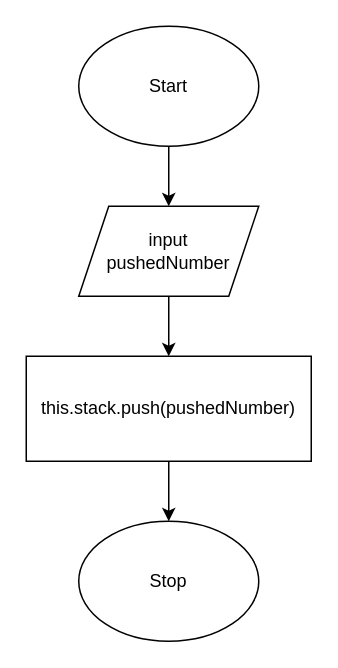
The draw.io diagram flawchart.drawio in Seti-Ngabo/ics4u-unit2-01-typescript, before the edit. Source tidied: cells renumbered, new cells numbered last; positions are measured from the earlier drawing's top-left corner, leaving out a move shared by most shapes. Both pictures are drawn from the tidied source at 150%, with x=0, y=0 at pixel (26, 26).
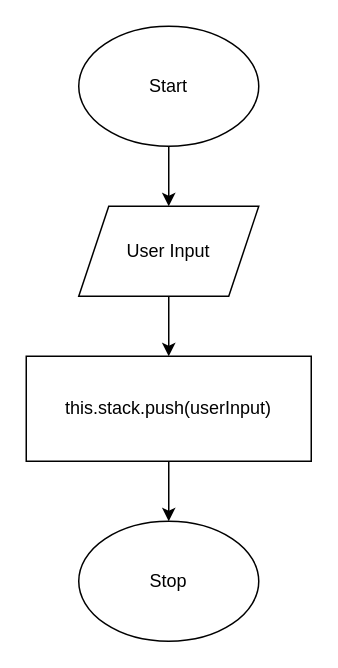
After the change.

What changed in the source:
```diff
@@
 <mxGraphModel>
   <root>
     <mxCell id="0" />
     <mxCell id="1" parent="0" />
     <mxCell id="2" style="edgeStyle=none;html=1;exitX=0.5;exitY=1;exitDx=0;exitDy=0;entryX=0.5;entryY=0;entryDx=0;entryDy=0;" parent="1" edge="1" source="3" target="5">
       <mxGeometry relative="1" as="geometry" />
     </mxCell>
     <mxCell id="3" value="Start" style="ellipse;whiteSpace=wrap;html=1;" parent="1" vertex="1">
       <mxGeometry x="35" width="120" height="80" as="geometry" />
     </mxCell>
     <mxCell id="4" style="edgeStyle=none;html=1;exitX=0.5;exitY=1;exitDx=0;exitDy=0;entryX=0.5;entryY=0;entryDx=0;entryDy=0;" parent="1" edge="1" source="5" target="7">
       <mxGeometry relative="1" as="geometry" />
     </mxCell>
-    <mxCell id="5" value="input &lt;br&gt;pushedNumber" style="shape=parallelogram;perimeter=parallelogramPerimeter;whiteSpace=wrap;html=1;fixedSize=1;" parent="1" vertex="1">
+    <mxCell id="5" value="User Input" style="shape=parallelogram;perimeter=parallelogramPerimeter;whiteSpace=wrap;html=1;fixedSize=1;" parent="1" vertex="1">
       <mxGeometry x="35" y="120" width="120" height="60" as="geometry" />
     </mxCell>
     <mxCell id="6" style="edgeStyle=none;html=1;exitX=0.5;exitY=1;exitDx=0;exitDy=0;" parent="1" edge="1" source="7" target="8">
       <mxGeometry relative="1" as="geometry" />
     </mxCell>
-    <mxCell id="7" value="this.stack.push(pushedNumber)" style="rounded=0;whiteSpace=wrap;html=1;" parent="1" vertex="1">
+    <mxCell id="7" value="this.stack.push(userInput)" style="rounded=0;whiteSpace=wrap;html=1;" parent="1" vertex="1">
       <mxGeometry y="220" width="190" height="70" as="geometry" />
     </mxCell>
     <mxCell id="8" value="Stop" style="ellipse;whiteSpace=wrap;html=1;" parent="1" vertex="1">
       <mxGeometry x="35" y="330" width="120" height="80" as="geometry" />
     </mxCell>
   </root>
 </mxGraphModel>
```
